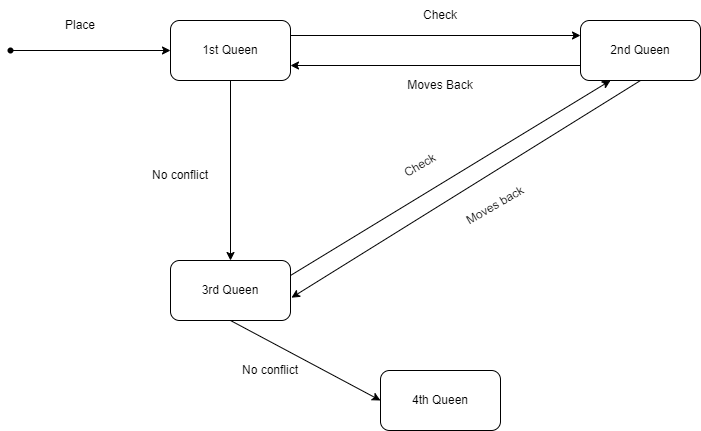
The draw.io diagram Four_Queens.drawio.png in devansh19/Drawio, before a commit. Source tidied: cells renumbered, new cells last; positions are measured from the earlier drawing's top-left corner, leaving out a move shared by most shapes.
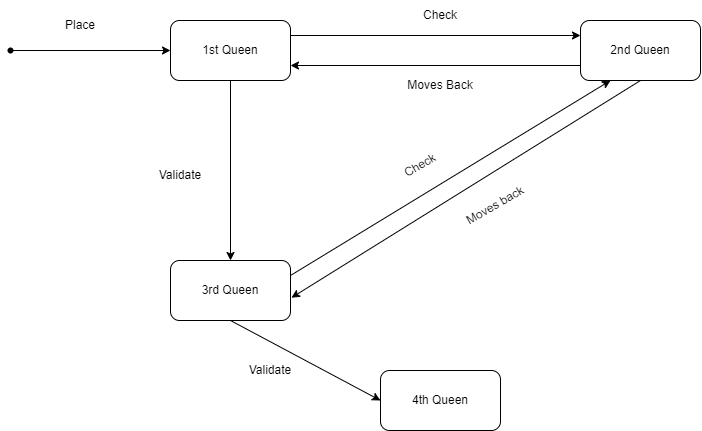
The same diagram one commit later.

Diff of the diagram source:
```diff
@@ -53,7 +53,7 @@
     <mxCell id="18" value="Moves back" style="text;html=1;strokeColor=none;fillColor=none;align=center;verticalAlign=middle;whiteSpace=wrap;rounded=0;rotation=-30;" parent="1" vertex="1">
       <mxGeometry x="450" y="190" width="90" height="30" as="geometry" />
     </mxCell>
-    <mxCell id="19" value="No conflict" style="text;html=1;strokeColor=none;fillColor=none;align=center;verticalAlign=middle;whiteSpace=wrap;rounded=0;" parent="1" vertex="1">
+    <mxCell id="19" value="Validate" style="text;html=1;strokeColor=none;fillColor=none;align=center;verticalAlign=middle;whiteSpace=wrap;rounded=0;" parent="1" vertex="1">
       <mxGeometry x="150" y="160" width="60" height="30" as="geometry" />
     </mxCell>
     <mxCell id="20" value="1st Queen" style="text;html=1;strokeColor=none;fillColor=none;align=center;verticalAlign=middle;whiteSpace=wrap;rounded=0;" parent="1" vertex="1">
@@ -68,7 +68,7 @@
     <mxCell id="23" value="4th Queen" style="text;html=1;strokeColor=none;fillColor=none;align=center;verticalAlign=middle;whiteSpace=wrap;rounded=0;" parent="1" vertex="1">
       <mxGeometry x="410" y="385" width="60" height="30" as="geometry" />
     </mxCell>
-    <mxCell id="24" value="No conflict" style="text;html=1;strokeColor=none;fillColor=none;align=center;verticalAlign=middle;whiteSpace=wrap;rounded=0;" parent="1" vertex="1">
+    <mxCell id="24" value="Validate" style="text;html=1;strokeColor=none;fillColor=none;align=center;verticalAlign=middle;whiteSpace=wrap;rounded=0;" parent="1" vertex="1">
       <mxGeometry x="240" y="355" width="60" height="30" as="geometry" />
     </mxCell>
   </root>
```
